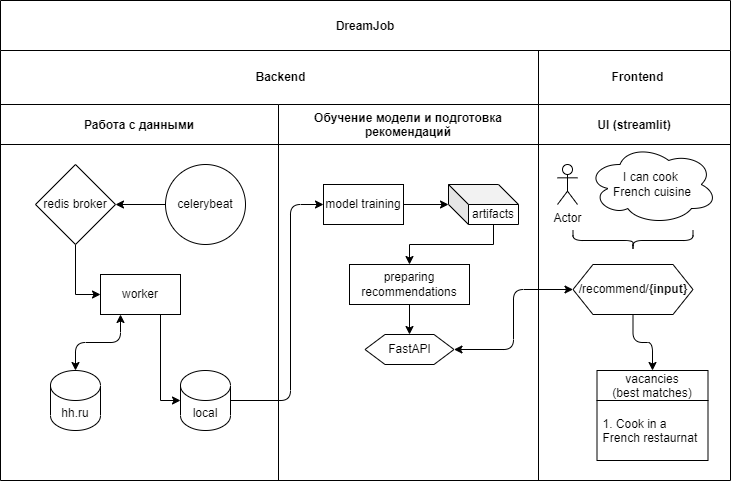
Sarvar-Anvarov/dreamjob keeps this draw.io diagram as streamlit/pictures/schema.png. Above is the earlier version. Source tidied: cells renumbered, new cells last; positions are measured from the earlier drawing's top-left corner, leaving out a move shared by most shapes.
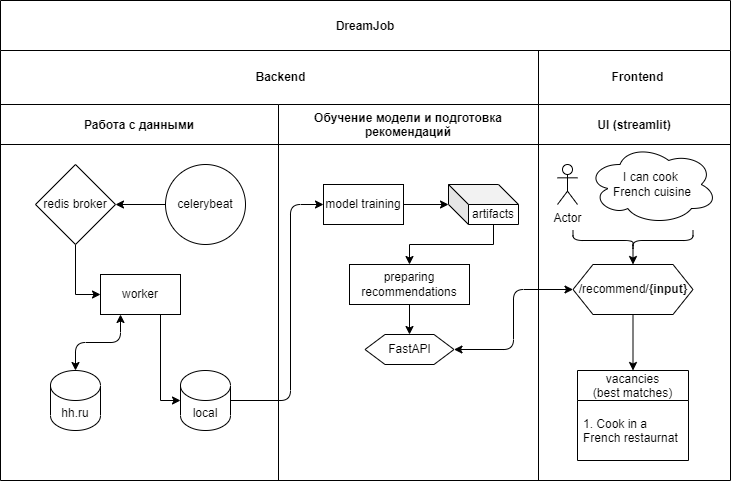
After the change.

Change to the diagram source:
```diff
@@ -93,7 +93,7 @@
       <mxGeometry x="34.5" y="160" width="120" height="50" as="geometry" />
     </mxCell>
     <mxCell id="32" value="vacancies&#10;(best matches)" style="swimlane;fontStyle=0;horizontal=1;startSize=30;" parent="27" vertex="1">
-      <mxGeometry x="58.5" y="266" width="111" height="90" as="geometry" />
+      <mxGeometry x="39" y="266" width="111" height="90" as="geometry" />
     </mxCell>
     <mxCell id="33" value="1. Cook in a&#10;French restaurnat " style="text;strokeColor=none;fillColor=none;align=left;verticalAlign=middle;spacingLeft=4;spacingRight=4;overflow=hidden;" parent="32" vertex="1">
       <mxGeometry y="30" width="111" height="60" as="geometry" />
@@ -101,6 +101,9 @@
     <mxCell id="34" style="shape=curlyBracket;whiteSpace=wrap;html=1;rounded=1;flipH=1;size=0.5;rotation=90;" parent="27" vertex="1">
       <mxGeometry x="84.5" y="76" width="20" height="120" as="geometry" />
     </mxCell>
+    <mxCell id="37" style="endArrow=classic;html=1;rounded=1;elbow=vertical;jumpStyle=none;exitX=0.1;exitY=0.5;exitDx=0;exitDy=0;exitPerimeter=0;entryX=0.5;entryY=0;entryDx=0;entryDy=0;" parent="27" edge="1" source="34" target="31">
+      <mxGeometry relative="1" as="geometry" />
+    </mxCell>
     <mxCell id="35" style="edgeStyle=orthogonalEdgeStyle;rounded=1;jumpStyle=none;jettySize=auto;html=1;entryX=0;entryY=0.5;entryDx=0;entryDy=0;elbow=vertical;startArrow=classic;startFill=1;" parent="8" edge="1" source="26" target="31">
       <mxGeometry relative="1" as="geometry" />
     </mxCell>
```
